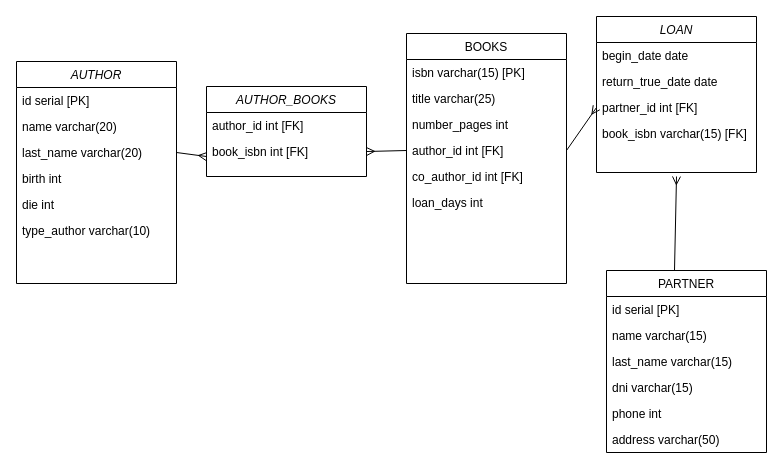
The draw.io diagram Modelo_Físico.drawio in MendezPedro/Prueba_Modelamiento, before the edit. Source tidied: cells renumbered, new cells numbered last; positions are measured from the earlier drawing's top-left corner, leaving out a move shared by most shapes. Both pictures are drawn from the tidied source at 100%, with x=0, y=0 at pixel (16, 16).
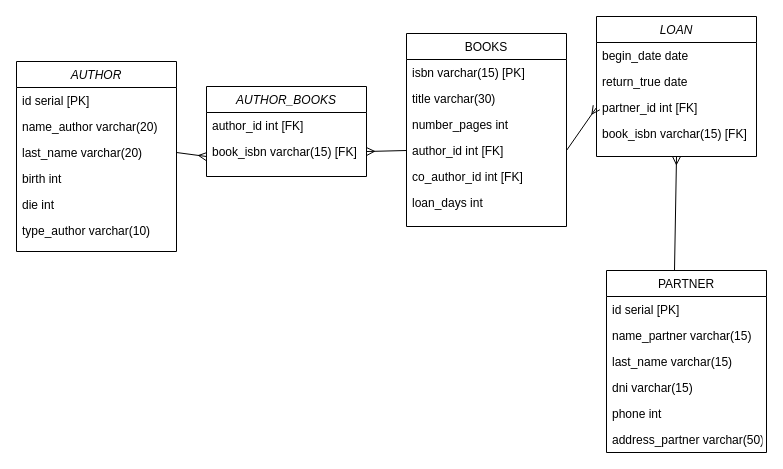
The same page after the edit.

Unchanged cells that the change refers to:
```xml
<mxCell id="7" value="PARTNER" style="swimlane;fontStyle=0;align=center;verticalAlign=top;horizontal=1;startSize=26;rounded=0;shadow=0;strokeWidth=1;" parent="1" vertex="1">
  <mxGeometry x="590" y="254" width="160" height="182" as="geometry" />
</mxCell>
<mxCell id="31" value="AUTHOR_BOOKS" style="swimlane;fontStyle=2;align=center;verticalAlign=top;horizontal=1;startSize=26;rounded=0;shadow=0;strokeWidth=1;" parent="1" vertex="1">
  <mxGeometry x="190" y="70" width="160" height="90" as="geometry" />
</mxCell>
```

The edit, as a diff of the source:
```diff
@@
     <mxCell id="2" value="LOAN" style="swimlane;fontStyle=2;align=center;verticalAlign=top;horizontal=1;startSize=26;rounded=0;shadow=0;strokeWidth=1;" parent="1" vertex="1">
-      <mxGeometry x="580" width="160" height="156" as="geometry" />
+      <mxGeometry x="580" width="160" height="140" as="geometry" />
     </mxCell>
@@
-    <mxCell id="4" value="return_true_date date" style="text;align=left;verticalAlign=top;spacingLeft=4;spacingRight=4;overflow=hidden;rounded=0;shadow=0;html=0;" parent="2" vertex="1">
+    <mxCell id="4" value="return_true date" style="text;align=left;verticalAlign=top;spacingLeft=4;spacingRight=4;overflow=hidden;rounded=0;shadow=0;html=0;" parent="2" vertex="1">
       <mxGeometry y="52" width="160" height="26" as="geometry" />
     </mxCell>
@@
-    <mxCell id="9" value="name varchar(15)" style="text;align=left;verticalAlign=top;spacingLeft=4;spacingRight=4;overflow=hidden;" parent="7" vertex="1">
+    <mxCell id="9" value="name_partner varchar(15)" style="text;align=left;verticalAlign=top;spacingLeft=4;spacingRight=4;overflow=hidden;" parent="7" vertex="1">
       <mxGeometry y="52" width="160" height="26" as="geometry" />
     </mxCell>
@@
-    <mxCell id="13" value="address varchar(50)" style="text;align=left;verticalAlign=top;spacingLeft=4;spacingRight=4;overflow=hidden;" parent="7" vertex="1">
+    <mxCell id="13" value="address_partner varchar(50)" style="text;align=left;verticalAlign=top;spacingLeft=4;spacingRight=4;overflow=hidden;" parent="7" vertex="1">
       <mxGeometry y="156" width="160" height="26" as="geometry" />
     </mxCell>
     <mxCell id="14" value="BOOKS" style="swimlane;fontStyle=0;align=center;verticalAlign=top;horizontal=1;startSize=26;rounded=0;shadow=0;strokeWidth=1;" parent="1" vertex="1">
-      <mxGeometry x="390" y="17" width="160" height="250" as="geometry" />
+      <mxGeometry x="390" y="17" width="160" height="193" as="geometry" />
     </mxCell>
@@
-    <mxCell id="16" value="title varchar(25)" style="text;align=left;verticalAlign=top;spacingLeft=4;spacingRight=4;overflow=hidden;rounded=0;shadow=0;html=0;" parent="14" vertex="1">
+    <mxCell id="16" value="title varchar(30)" style="text;align=left;verticalAlign=top;spacingLeft=4;spacingRight=4;overflow=hidden;rounded=0;shadow=0;html=0;" parent="14" vertex="1">
       <mxGeometry y="52" width="160" height="26" as="geometry" />
     </mxCell>
@@
-    <mxCell id="22" style="endArrow=none;html=1;entryX=0.425;entryY=0;entryDx=0;entryDy=0;entryPerimeter=0;startArrow=ERmany;startFill=0;" parent="1" edge="1" target="7">
-      <mxGeometry relative="1" as="geometry">
-        <mxPoint x="660" y="160" as="sourcePoint" />
-      </mxGeometry>
+    <mxCell id="22" style="endArrow=none;html=1;entryX=0.425;entryY=0;entryDx=0;entryDy=0;entryPerimeter=0;startArrow=ERmany;startFill=0;exitX=0.5;exitY=1;exitDx=0;exitDy=0;" parent="1" edge="1" source="2" target="7">
+      <mxGeometry relative="1" as="geometry" />
     </mxCell>
     <mxCell id="23" value="AUTHOR" style="swimlane;fontStyle=2;align=center;verticalAlign=top;horizontal=1;startSize=26;rounded=0;shadow=0;strokeWidth=1;" parent="1" vertex="1">
-      <mxGeometry y="45" width="160" height="222" as="geometry" />
+      <mxGeometry y="45" width="160" height="190" as="geometry" />
     </mxCell>
@@
-    <mxCell id="25" value="name varchar(20)" style="text;align=left;verticalAlign=top;spacingLeft=4;spacingRight=4;overflow=hidden;rounded=0;shadow=0;html=0;" parent="23" vertex="1">
+    <mxCell id="25" value="name_author varchar(20)" style="text;align=left;verticalAlign=top;spacingLeft=4;spacingRight=4;overflow=hidden;rounded=0;shadow=0;html=0;" parent="23" vertex="1">
       <mxGeometry y="52" width="160" height="26" as="geometry" />
     </mxCell>
@@
     <mxCell id="29" value="type_author varchar(10)" style="text;align=left;verticalAlign=top;spacingLeft=4;spacingRight=4;overflow=hidden;" parent="23" vertex="1">
-      <mxGeometry y="156" width="160" height="66" as="geometry" />
+      <mxGeometry y="156" width="160" height="34" as="geometry" />
     </mxCell>
@@
-    <mxCell id="33" value="book_isbn int [FK]" style="text;align=left;verticalAlign=top;spacingLeft=4;spacingRight=4;overflow=hidden;rounded=0;shadow=0;html=0;" parent="31" vertex="1">
+    <mxCell id="33" value="book_isbn varchar(15) [FK]" style="text;align=left;verticalAlign=top;spacingLeft=4;spacingRight=4;overflow=hidden;rounded=0;shadow=0;html=0;" parent="31" vertex="1">
       <mxGeometry y="52" width="160" height="26" as="geometry" />
     </mxCell>
```
